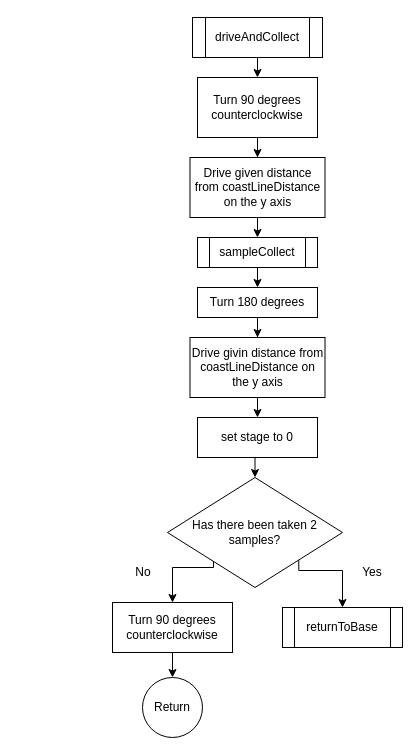
This is Draw/driveAndCollect.drawio from jens1906/P1-project-1.-semester, a draw.io file, before an edit. Source tidied: cells renumbered, new cells numbered last; positions are measured from the earlier drawing's top-left corner, leaving out a move shared by most shapes. Both pictures are drawn from the tidied source at 100%, with x=0, y=0 at pixel (112, 17).
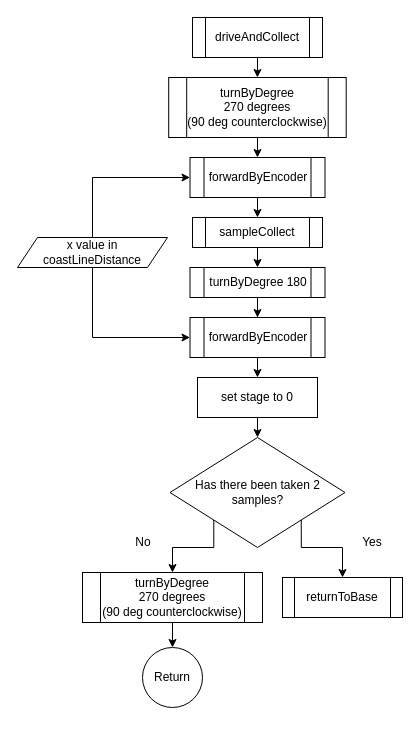
Above is the later version.

What changed in the source:
```diff
@@
-    <mxCell id="5" value="Turn 90 degrees counterclockwise" style="rounded=0;whiteSpace=wrap;html=1;" parent="1" vertex="1">
-      <mxGeometry x="85" y="60" width="120" height="60" as="geometry" />
+    <mxCell id="5" value="turnByDegree&lt;br&gt;270 degrees&lt;br&gt;(90 deg counterclockwise)" style="shape=process;whiteSpace=wrap;html=1;backgroundOutline=1;" parent="1" vertex="1">
+      <mxGeometry x="56.2" y="60" width="177.5" height="60" as="geometry" />
     </mxCell>
@@
-    <mxCell id="7" value="Drive given distance from coastLineDistance on the y axis" style="rounded=0;whiteSpace=wrap;html=1;" parent="1" vertex="1">
-      <mxGeometry x="77.5" y="140" width="135" height="60" as="geometry" />
+    <mxCell id="7" value="forwardByEncoder" style="shape=process;whiteSpace=wrap;html=1;backgroundOutline=1;" parent="1" vertex="1">
+      <mxGeometry x="77.5" y="140" width="135" height="40" as="geometry" />
     </mxCell>
@@
     <mxCell id="9" value="sampleCollect" style="shape=process;whiteSpace=wrap;html=1;backgroundOutline=1;" parent="1" vertex="1">
-      <mxGeometry x="85" y="220" width="120" height="30" as="geometry" />
+      <mxGeometry x="80" y="200" width="130" height="30" as="geometry" />
     </mxCell>
@@
-    <mxCell id="11" value="Turn 180 degrees" style="rounded=0;whiteSpace=wrap;html=1;" parent="1" vertex="1">
-      <mxGeometry x="85" y="270" width="120" height="30" as="geometry" />
+    <mxCell id="11" value="turnByDegree 180" style="shape=process;whiteSpace=wrap;html=1;backgroundOutline=1;" parent="1" vertex="1">
+      <mxGeometry x="77.5" y="250" width="135" height="30" as="geometry" />
     </mxCell>
@@
-    <mxCell id="13" value="Drive givin distance from coastLineDistance on the y axis" style="whiteSpace=wrap;html=1;rounded=0;" parent="1" vertex="1">
-      <mxGeometry x="77.5" y="320" width="135" height="60" as="geometry" />
+    <mxCell id="13" value="forwardByEncoder" style="shape=process;whiteSpace=wrap;html=1;backgroundOutline=1;" parent="1" vertex="1">
+      <mxGeometry x="77.5" y="300" width="135" height="40" as="geometry" />
     </mxCell>
     <mxCell id="14" style="edgeStyle=orthogonalEdgeStyle;rounded=0;jettySize=auto;html=1;exitX=1;exitY=1;exitDx=0;exitDy=0;entryX=0.5;entryY=0;entryDx=0;entryDy=0;" parent="1" edge="1" source="16" target="17">
       <mxGeometry relative="1" as="geometry">
         <Array as="points">
-          <mxPoint x="230" y="553" />
+          <mxPoint x="189" y="530" />
+          <mxPoint x="230" y="530" />
         </Array>
       </mxGeometry>
     </mxCell>
     <mxCell id="15" style="edgeStyle=orthogonalEdgeStyle;rounded=0;jettySize=auto;html=1;exitX=0;exitY=1;exitDx=0;exitDy=0;entryX=0.5;entryY=0;entryDx=0;entryDy=0;" parent="1" edge="1" source="16" target="19">
       <mxGeometry relative="1" as="geometry">
         <Array as="points">
-          <mxPoint x="101" y="550" />
-          <mxPoint x="60" y="550" />
+          <mxPoint x="101" y="530" />
+          <mxPoint x="60" y="530" />
         </Array>
       </mxGeometry>
     </mxCell>
     <mxCell id="16" value="Has there been taken 2 samples?" style="rhombus;whiteSpace=wrap;html=1;" parent="1" vertex="1">
-      <mxGeometry x="55" y="460" width="175" height="110" as="geometry" />
+      <mxGeometry x="57.5" y="420" width="175" height="110" as="geometry" />
     </mxCell>
     <mxCell id="17" value="returnToBase" style="shape=process;whiteSpace=wrap;html=1;backgroundOutline=1;" parent="1" vertex="1">
-      <mxGeometry x="170" y="590" width="120" height="40" as="geometry" />
+      <mxGeometry x="170" y="560" width="120" height="40" as="geometry" />
     </mxCell>
@@
-    <mxCell id="19" value="Turn 90 degrees counterclockwise" style="rounded=0;whiteSpace=wrap;html=1;" parent="1" vertex="1">
-      <mxGeometry y="585" width="120" height="50" as="geometry" />
+    <mxCell id="19" value="turnByDegree &lt;br&gt;270 degrees&lt;br&gt;(90 deg counterclockwise)" style="shape=process;whiteSpace=wrap;html=1;backgroundOutline=1;" parent="1" vertex="1">
+      <mxGeometry x="-30" y="555" width="180" height="50" as="geometry" />
     </mxCell>
@@
     <mxCell id="21" value="Yes" style="text;html=1;strokeColor=none;fillColor=none;align=center;verticalAlign=middle;whiteSpace=wrap;rounded=0;" parent="1" vertex="1">
-      <mxGeometry x="230" y="540" width="60" height="30" as="geometry" />
+      <mxGeometry x="230" y="510" width="60" height="30" as="geometry" />
     </mxCell>
     <mxCell id="22" value="No" style="text;html=1;strokeColor=none;fillColor=none;align=center;verticalAlign=middle;whiteSpace=wrap;rounded=0;" parent="1" vertex="1">
-      <mxGeometry x="1" y="540" width="60" height="30" as="geometry" />
+      <mxGeometry x="1" y="510" width="60" height="30" as="geometry" />
     </mxCell>
     <mxCell id="23" value="Return" style="ellipse;whiteSpace=wrap;html=1;" parent="1" vertex="1">
-      <mxGeometry x="30" y="660" width="60" height="60" as="geometry" />
+      <mxGeometry x="30" y="630" width="60" height="60" as="geometry" />
     </mxCell>
@@
     <mxCell id="25" value="set stage to 0" style="rounded=0;whiteSpace=wrap;html=1;" parent="1" vertex="1">
-      <mxGeometry x="85" y="400" width="120" height="40" as="geometry" />
+      <mxGeometry x="85" y="360" width="120" height="40" as="geometry" />
     </mxCell>
+    <mxCell id="26" style="edgeStyle=orthogonalEdgeStyle;rounded=0;jettySize=auto;html=1;exitX=0.5;exitY=1;exitDx=0;exitDy=0;entryX=0;entryY=0.5;entryDx=0;entryDy=0;" parent="1" edge="1" source="28" target="13">
+      <mxGeometry relative="1" as="geometry" />
+    </mxCell>
+    <mxCell id="27" style="edgeStyle=orthogonalEdgeStyle;rounded=0;jettySize=auto;html=1;exitX=0.5;exitY=0;exitDx=0;exitDy=0;entryX=0;entryY=0.5;entryDx=0;entryDy=0;" parent="1" edge="1" source="28" target="7">
+      <mxGeometry relative="1" as="geometry" />
+    </mxCell>
+    <mxCell id="28" value="x value in coastLineDistance" style="shape=parallelogram;perimeter=parallelogramPerimeter;whiteSpace=wrap;html=1;fixedSize=1;" parent="1" vertex="1">
+      <mxGeometry x="-95" y="220" width="150" height="30" as="geometry" />
+    </mxCell>
```
